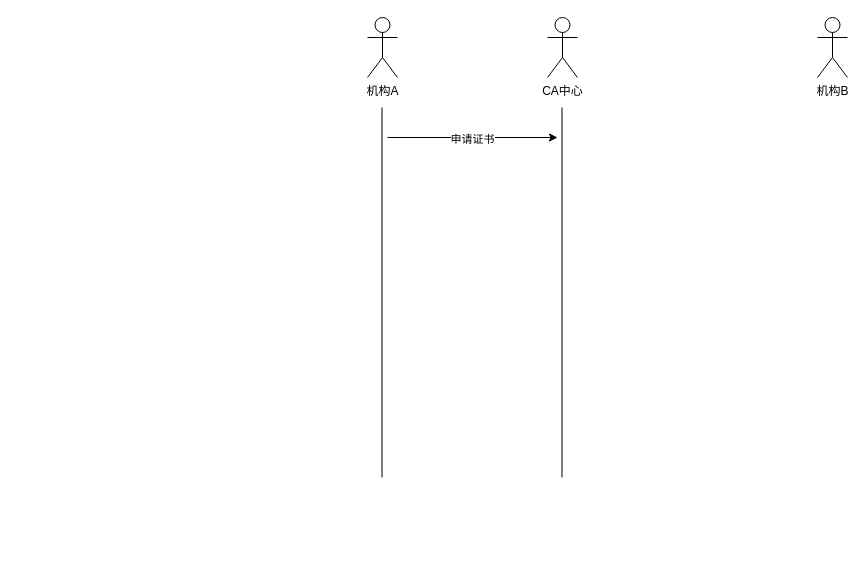
The draw.io diagram 未命名绘图555.drawio in MiracleEgo/drawio, before the edit. Source tidied: cells renumbered, new cells numbered last; positions are measured from the earlier drawing's top-left corner, leaving out a move shared by most shapes. Both pictures are drawn from the tidied source at 100%, with x=0, y=0 at pixel (367, 17).
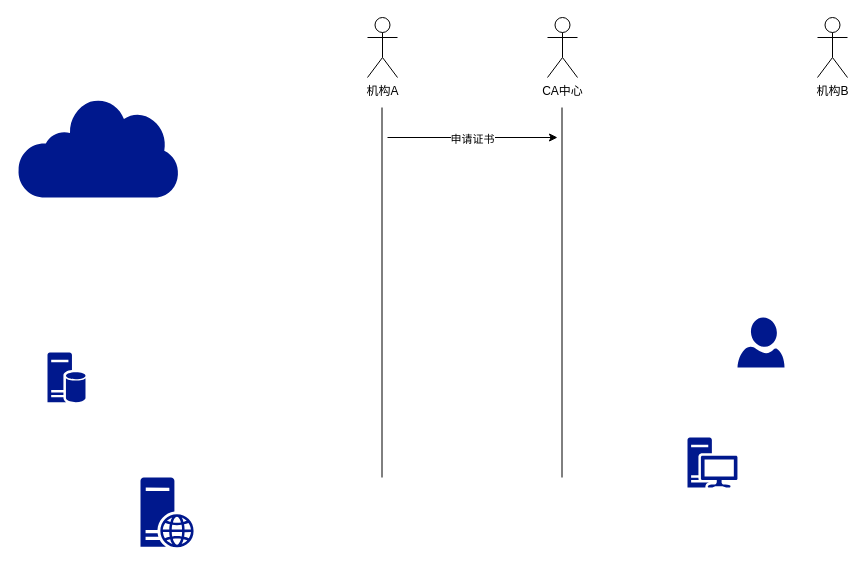
The same diagram, later.

Commit message:
更新未命名绘图555.drawio

What changed in the source:
```diff
@@
 <mxGraphModel>
   <root>
     <mxCell id="0" />
     <mxCell id="1" parent="0" />
     <mxCell id="2" value="机构A" style="shape=umlActor;verticalLabelPosition=bottom;verticalAlign=top;html=1;" parent="1" vertex="1">
       <mxGeometry width="30" height="60" as="geometry" />
     </mxCell>
     <mxCell id="3" value="机构B" style="shape=umlActor;verticalLabelPosition=bottom;verticalAlign=top;html=1;" parent="1" vertex="1">
       <mxGeometry x="450" width="30" height="60" as="geometry" />
     </mxCell>
     <mxCell id="4" style="endArrow=none;html=1;rounded=0;" parent="1" edge="1">
       <mxGeometry relative="1" as="geometry">
         <mxPoint x="14.5" y="460" as="sourcePoint" />
         <mxPoint x="14.5" y="90" as="targetPoint" />
       </mxGeometry>
     </mxCell>
     <mxCell id="5" value="CA中心" style="shape=umlActor;verticalLabelPosition=bottom;verticalAlign=top;html=1;" parent="1" vertex="1">
       <mxGeometry x="180" width="30" height="60" as="geometry" />
     </mxCell>
     <mxCell id="6" style="endArrow=none;html=1;rounded=0;" parent="1" edge="1">
       <mxGeometry relative="1" as="geometry">
         <mxPoint x="194.5" y="460" as="sourcePoint" />
         <mxPoint x="194.5" y="90" as="targetPoint" />
       </mxGeometry>
     </mxCell>
     <mxCell id="7" style="endArrow=classic;html=1;rounded=0;" parent="1" edge="1">
       <mxGeometry relative="1" as="geometry">
         <mxPoint x="20" y="120" as="sourcePoint" />
         <mxPoint x="190" y="120" as="targetPoint" />
       </mxGeometry>
     </mxCell>
     <mxCell id="8" value="申请证书" style="edgeLabel;html=1;align=center;verticalAlign=middle;" parent="7" vertex="1">
       <mxGeometry x="-0.01" y="-1" relative="1" as="geometry" />
     </mxCell>
+    <mxCell id="9" style="sketch=0;shadow=0;dashed=0;html=1;strokeColor=none;labelPosition=center;verticalLabelPosition=bottom;verticalAlign=top;align=center;fillColor=#00188D;shape=mxgraph.mscae.enterprise.internet;" parent="1" vertex="1">
+      <mxGeometry x="-350" y="80" width="161.3" height="100" as="geometry" />
+    </mxCell>
+    <mxCell id="10" style="sketch=0;shadow=0;dashed=0;html=1;strokeColor=none;labelPosition=center;verticalLabelPosition=bottom;verticalAlign=top;align=center;fillColor=#00188D;shape=mxgraph.mscae.enterprise.database_server;" parent="1" vertex="1">
+      <mxGeometry x="-320" y="335" width="38" height="50" as="geometry" />
+    </mxCell>
+    <mxCell id="11" style="sketch=0;shadow=0;dashed=0;html=1;strokeColor=none;labelPosition=center;verticalLabelPosition=bottom;verticalAlign=top;align=center;fillColor=#00188D;shape=mxgraph.mscae.enterprise.web_server;" parent="1" vertex="1">
+      <mxGeometry x="-227" y="460" width="53.2" height="70" as="geometry" />
+    </mxCell>
+    <mxCell id="12" style="sketch=0;shadow=0;dashed=0;html=1;strokeColor=none;labelPosition=center;verticalLabelPosition=bottom;verticalAlign=top;align=center;fillColor=#00188D;shape=mxgraph.azure.user;" parent="1" vertex="1">
+      <mxGeometry x="370" y="300" width="47" height="50" as="geometry" />
+    </mxCell>
+    <mxCell id="13" style="sketch=0;shadow=0;dashed=0;html=1;strokeColor=none;labelPosition=center;verticalLabelPosition=bottom;verticalAlign=top;align=center;fillColor=#00188D;shape=mxgraph.mscae.enterprise.workstation_client;" parent="1" vertex="1">
+      <mxGeometry x="320" y="420" width="50" height="50" as="geometry" />
+    </mxCell>
   </root>
 </mxGraphModel>
```
